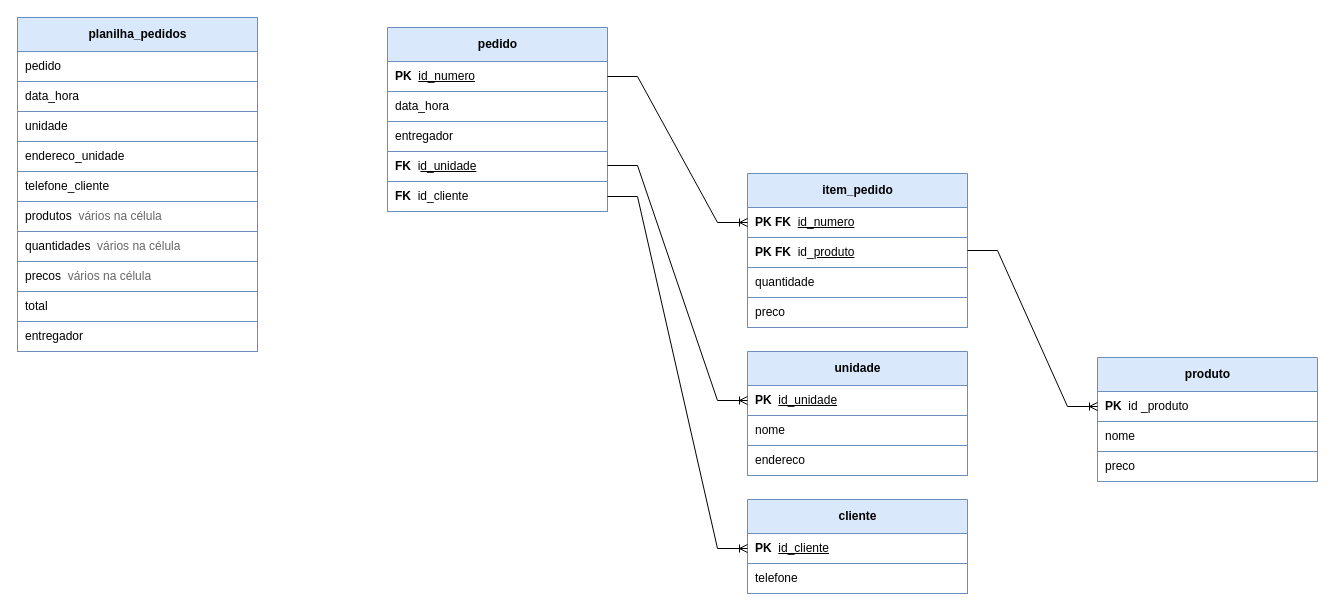
Before: banco/Aula-10/pratica-10.drawio in Cesar-Muryllo/UC03-banco-de-Dados--manh-, a draw.io diagram. Source tidied: cells renumbered, new cells numbered last; positions are measured from the earlier drawing's top-left corner, leaving out a move shared by most shapes. Both pictures are drawn from the tidied source at 100%, with x=0, y=0 at pixel (17, 17).
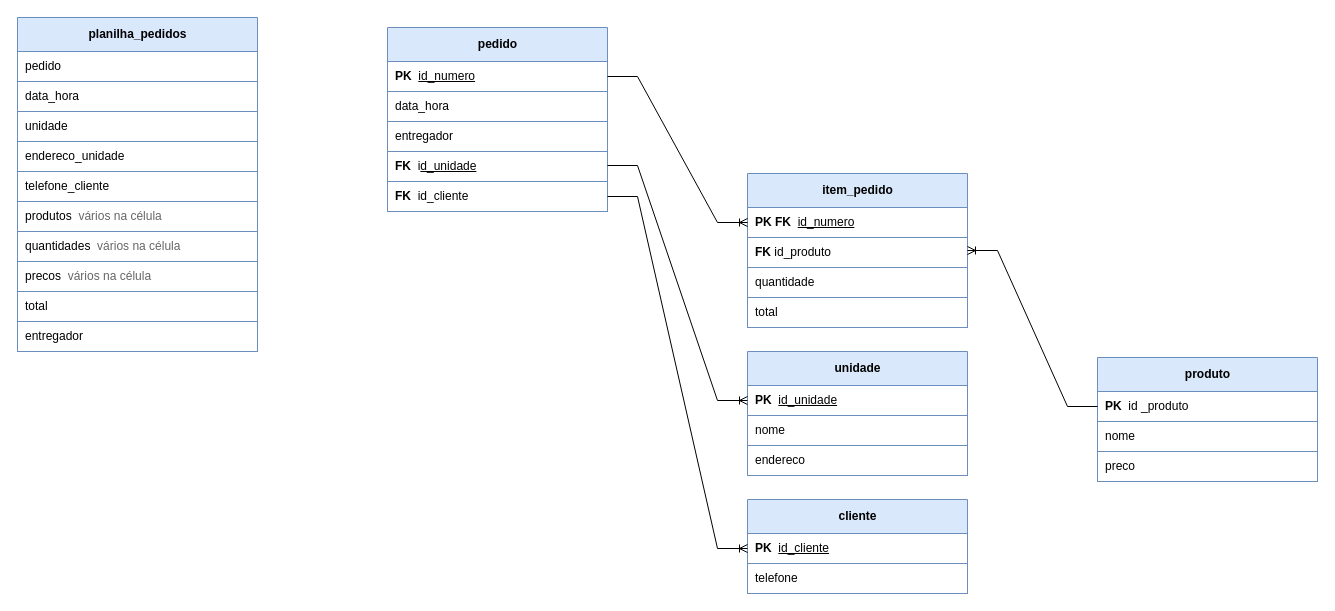
Above is the later version.

Commit message (it also covers changes not shown here):
fix atividade da pratica-10

The change refers to these unchanged cells:
```xml
<mxCell id="26" value="item_pedido" style="swimlane;fontStyle=1;horizontal=1;startSize=34;html=1;fillColor=#dae8fc;strokeColor=#6c8ebf;" parent="1" vertex="1">
  <mxGeometry x="730" y="156" width="220" height="154" as="geometry" />
</mxCell>
<mxCell id="32" value="&lt;b&gt;PK&lt;/b&gt;&amp;nbsp; id _produto" style="text;html=1;align=left;verticalAlign=middle;spacingLeft=6;strokeColor=#6c8ebf;fillColor=#ffffff;" parent="31" vertex="1">
  <mxGeometry y="34" width="220" height="30" as="geometry" />
</mxCell>
```

Diff of the diagram source:
```diff
@@
-    <mxCell id="28" value="&lt;b&gt;PK FK&lt;/b&gt;&amp;nbsp; id_&lt;u&gt;produto&lt;/u&gt;" style="text;html=1;align=left;verticalAlign=middle;spacingLeft=6;strokeColor=#6c8ebf;fillColor=#ffffff;" parent="26" vertex="1">
+    <mxCell id="28" value="&lt;b&gt;FK&lt;/b&gt; id_produto" style="text;html=1;align=left;verticalAlign=middle;spacingLeft=6;strokeColor=#6c8ebf;fillColor=#ffffff;" parent="26" vertex="1">
       <mxGeometry y="64" width="220" height="30" as="geometry" />
     </mxCell>
@@
-    <mxCell id="30" value="preco" style="text;html=1;align=left;verticalAlign=middle;spacingLeft=6;strokeColor=#6c8ebf;fillColor=#ffffff;" parent="26" vertex="1">
+    <mxCell id="30" value="total" style="text;html=1;align=left;verticalAlign=middle;spacingLeft=6;strokeColor=#6c8ebf;fillColor=#ffffff;" parent="26" vertex="1">
       <mxGeometry y="124" width="220" height="30" as="geometry" />
     </mxCell>
@@
-    <mxCell id="37" style="edgeStyle=entityRelationEdgeStyle;fontSize=12;html=1;endArrow=ERoneToMany;rounded=0;defaultLabelBackgroundColor=page;exitX=1;exitY=0.5;exitDx=0;exitDy=0;entryX=0;entryY=0.5;entryDx=0;entryDy=0;" parent="1" edge="1" source="26" target="32">
+    <mxCell id="37" style="edgeStyle=entityRelationEdgeStyle;fontSize=12;html=1;endArrow=ERoneToMany;rounded=0;defaultLabelBackgroundColor=page;exitX=0;exitY=0.5;exitDx=0;exitDy=0;entryX=1;entryY=0.5;entryDx=0;entryDy=0;" parent="1" edge="1" source="32" target="26">
       <mxGeometry relative="1" as="geometry" />
     </mxCell>
```
